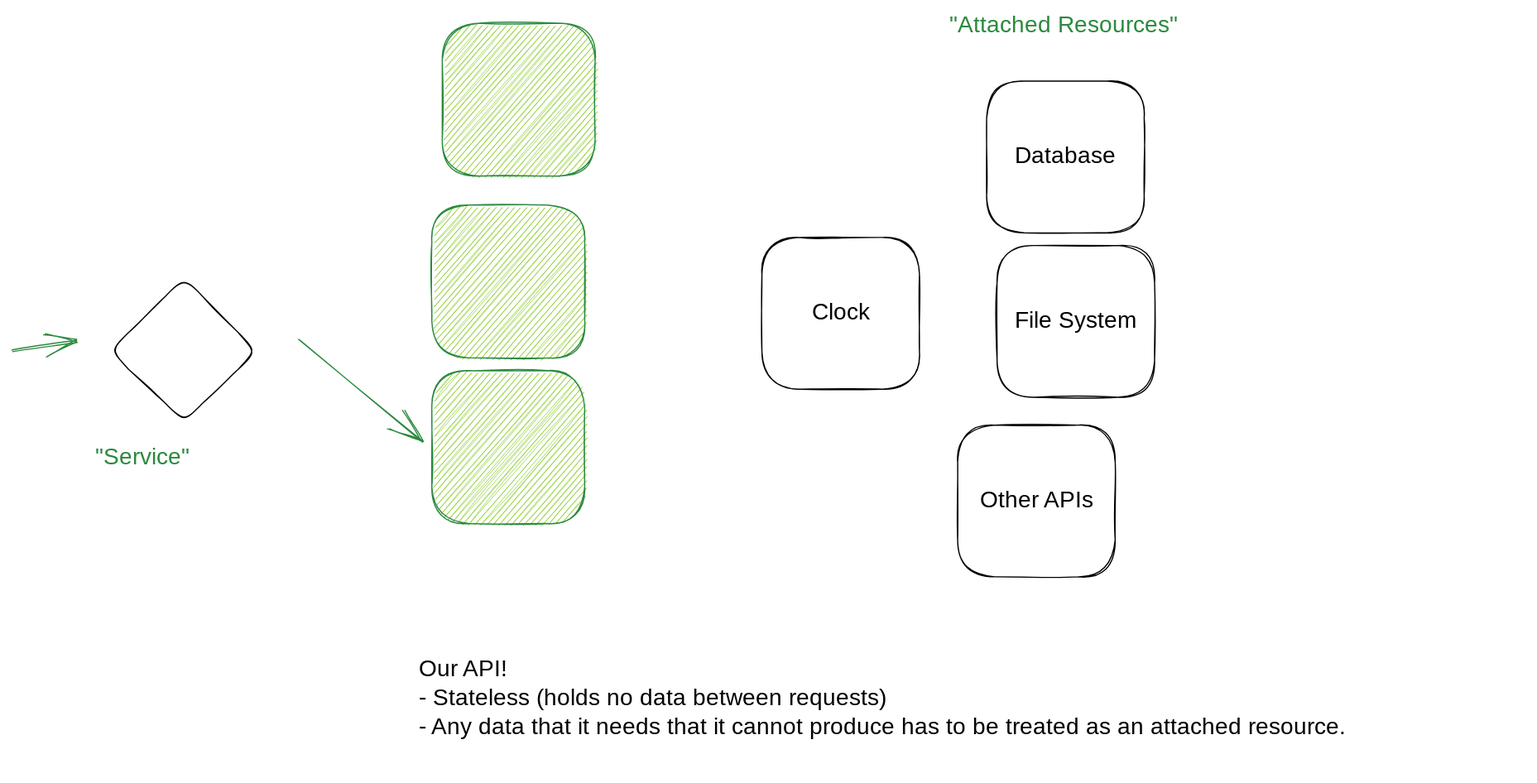
Earlier version of the Excalidraw export notes/attached-resources.excalidraw.svg (hypertheory-services/beginning-service-development-feb-2023). Source tidied: one line per element, renumbered; positions are measured from the earlier drawing's top-left corner, leaving out a move shared by most shapes.
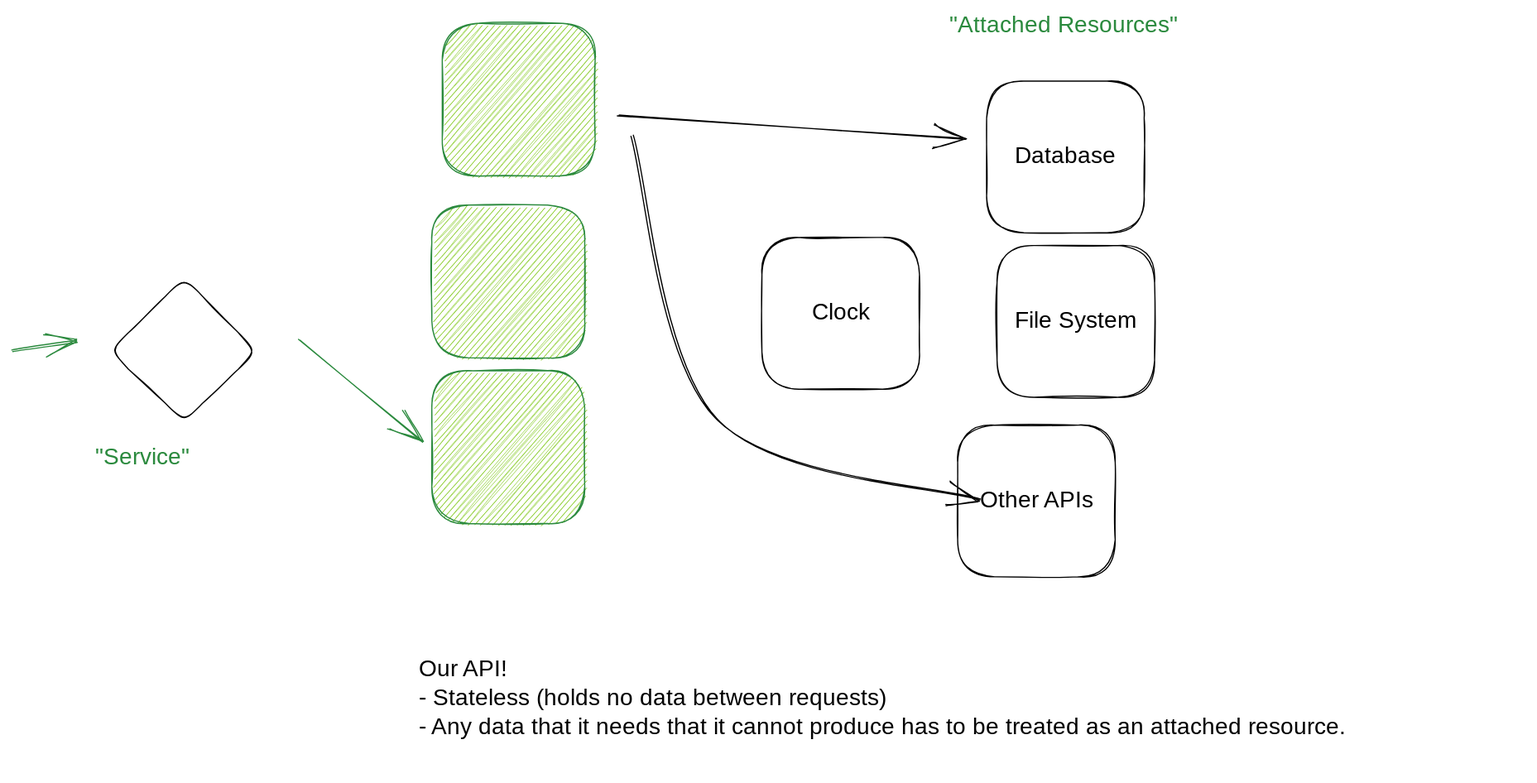
The same file after the commit.

Diff of the diagram source:
```diff
@@ -15,3 +15,5 @@
 {"id": 14, "type": "text", "text": "\"Attached Resources\"", "strokeColor": "#2b8a3e", "backgroundColor": "#82c91e", "fillStyle": "hachure", "strokeWidth": 1, "roughness": 1, "fontSize": 20, "fontFamily": 1, "x": 810, "y": 0, "width": 214, "height": 25}
 {"id": 15, "type": "rectangle", "strokeColor": "#000000", "strokeWidth": 1, "roughness": 1, "round": true, "x": 648, "y": 195, "width": 136, "height": 131}
 {"id": 16, "type": "text", "text": "Clock", "strokeColor": "#000000", "strokeWidth": 1, "roughness": 1, "fontSize": 20, "fontFamily": 1, "textAlign": "center", "verticalAlign": "middle", "inside": 15, "x": 691, "y": 248, "width": 50, "height": 25}
+{"id": 17, "type": "arrow", "strokeColor": "#000000", "strokeWidth": 1, "roughness": 1, "endArrowhead": "arrow", "round": true, "from": 8, "to": 1, "x": 524, "y": 90, "width": 298, "height": 21, "points": [[0, 0], [298, 21]]}
+{"id": 18, "type": "arrow", "strokeColor": "#000000", "strokeWidth": 1, "roughness": 1, "endArrowhead": "arrow", "round": true, "from": 8, "x": 535, "y": 108, "width": 301, "height": 314, "points": [[0, 0], [73, 243], [301, 314]]}
```
